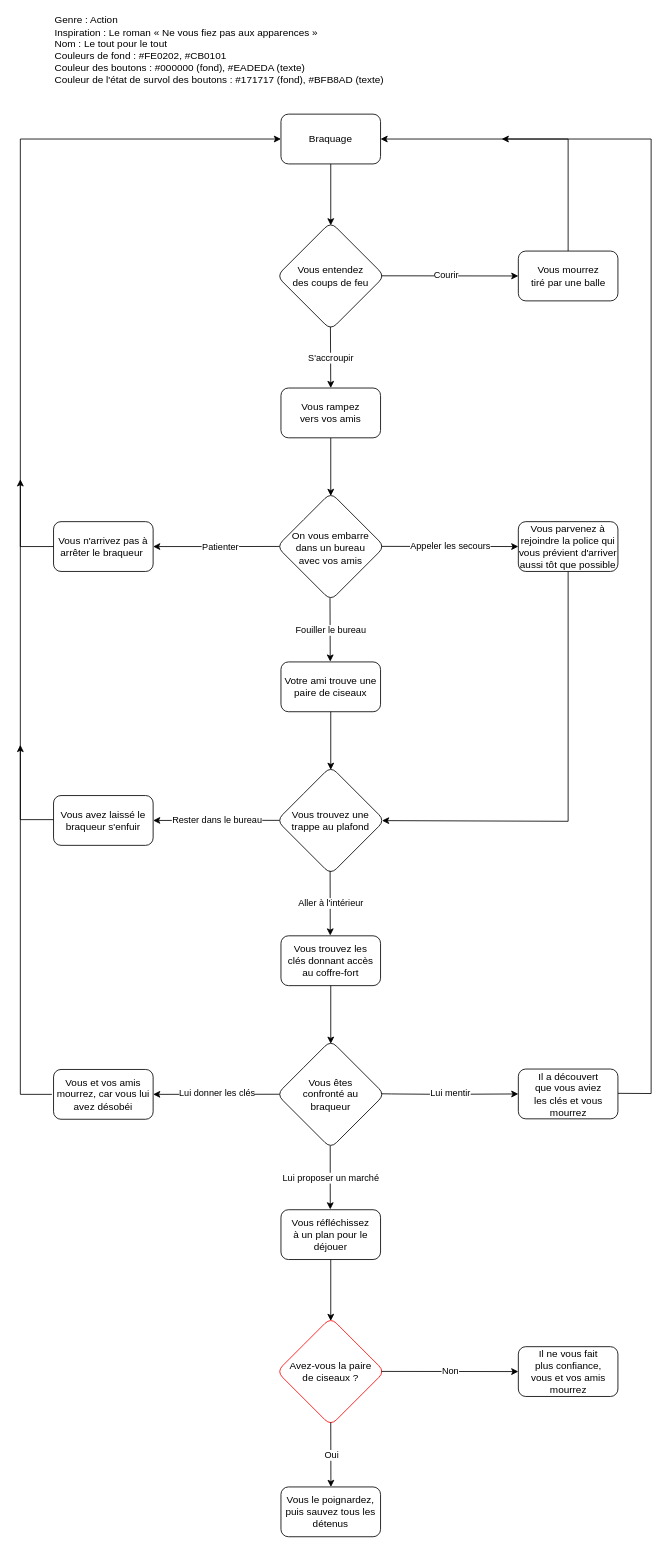
Above: schema.drawio in M-lie/vous-etes-le-heros-le-tout-pour-le-tout (draw.io), before the change. Source tidied: cells renumbered, new cells numbered last; positions are measured from the earlier drawing's top-left corner, leaving out a move shared by most shapes. Both pictures are drawn from the tidied source at 83%, with x=0, y=0 at pixel (20, 14).
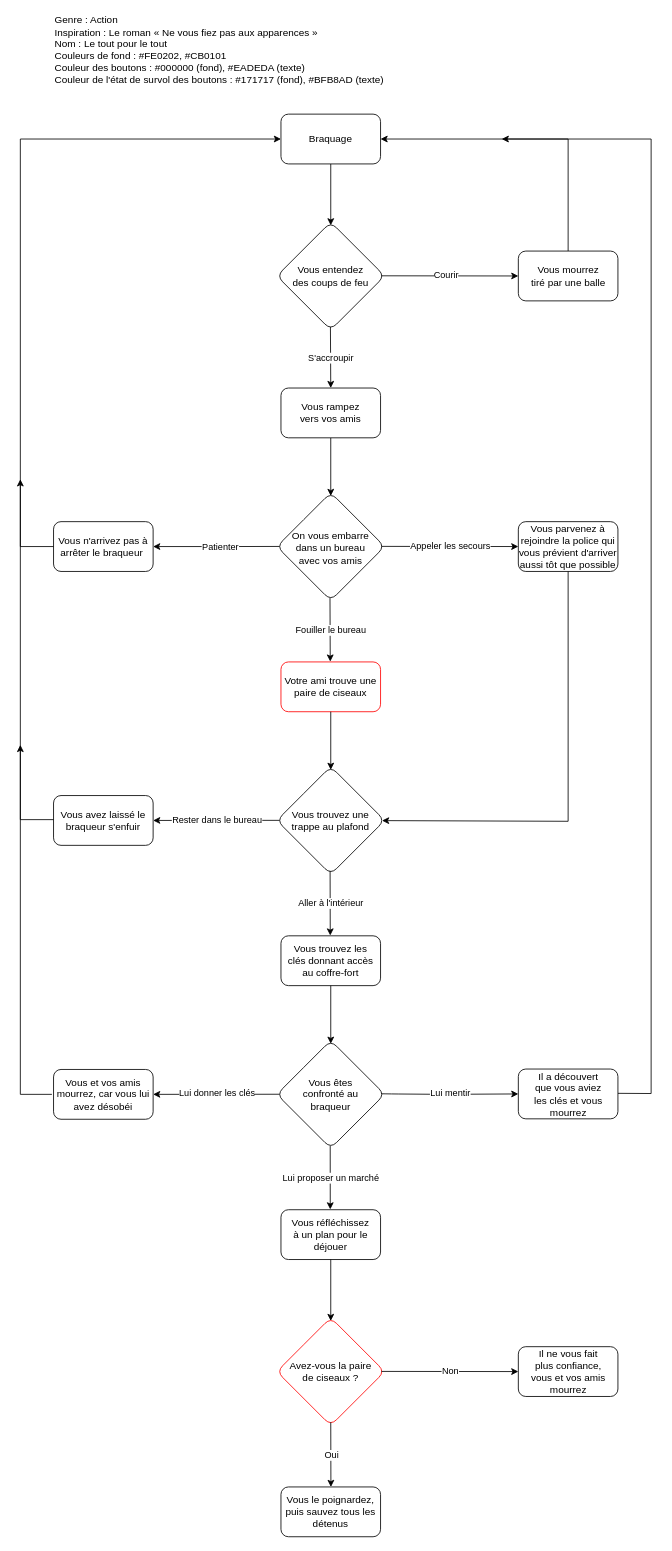
The same page after the edit.

Change to the diagram source:
```diff
@@
-    <mxCell id="24" style="rounded=1;whiteSpace=wrap;html=1;fontColor=#000000;fillColor=#FFFFFF;strokeColor=#000000;" parent="1" vertex="1">
+    <mxCell id="24" style="rounded=1;whiteSpace=wrap;html=1;fontColor=#000000;fillColor=#FFFFFF;strokeColor=#FF0000;" parent="1" vertex="1">
       <mxGeometry x="314" y="780" width="120" height="60" as="geometry" />
     </mxCell>
```
